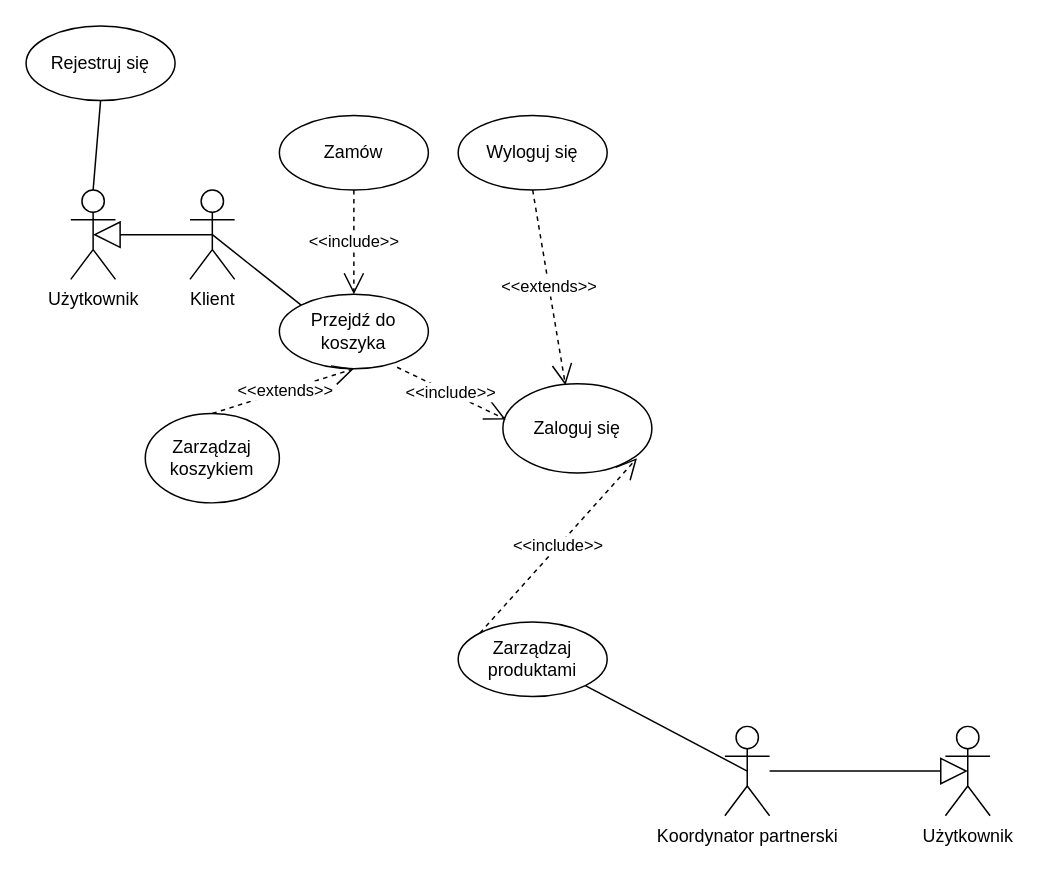
Above: 3/DPU_update.drawio in Tarik-Alaiwi-dev/PSI-Docs (draw.io), before the change. Source tidied: cells renumbered, new cells numbered last; positions are measured from the earlier drawing's top-left corner, leaving out a move shared by most shapes. Both pictures are drawn from the tidied source at 149%, with x=0, y=0 at pixel (25, 25).
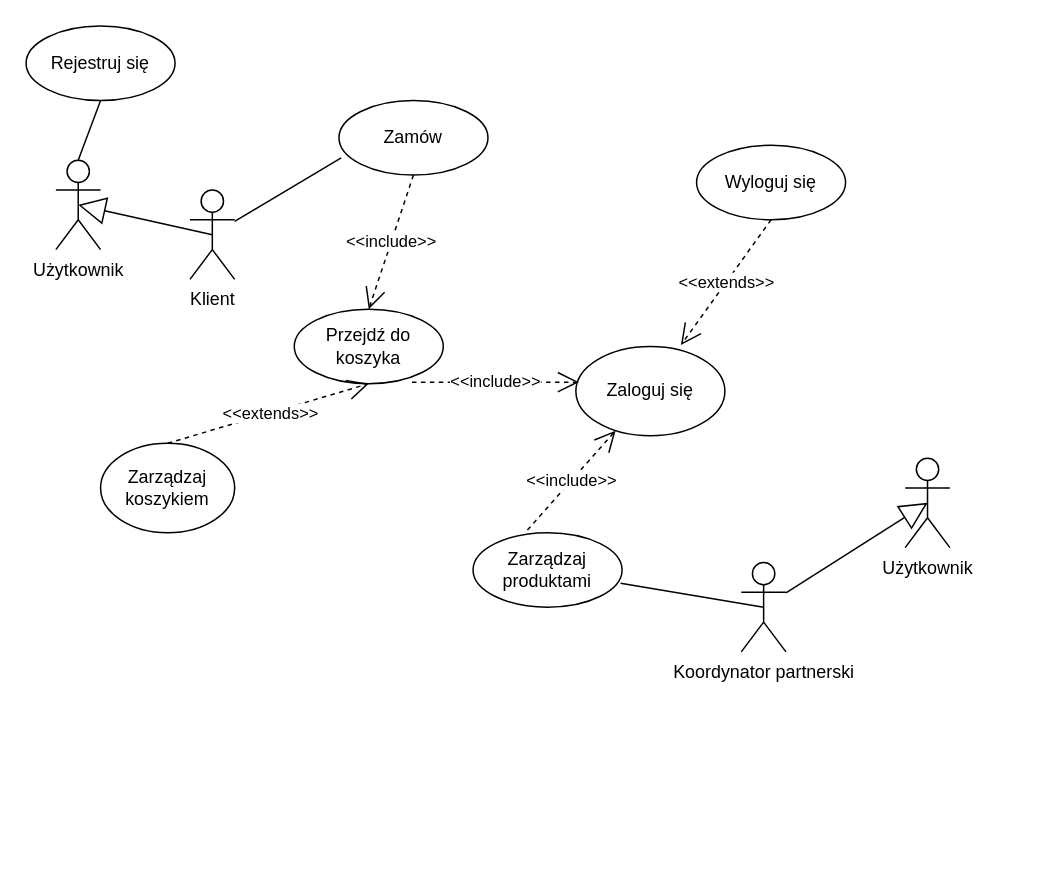
Above is the later version.

Unchanged cells that the change refers to:
```xml
<mxCell id="4" value="Klient" style="shape=umlActor;verticalLabelPosition=bottom;verticalAlign=top;html=1;" parent="1" vertex="1">
  <mxGeometry x="110" y="110" width="30" height="60" as="geometry" />
</mxCell>
```

Diff of the diagram source:
```diff
@@
     <mxCell id="2" value="Zaloguj się" style="ellipse;whiteSpace=wrap;html=1;" parent="1" vertex="1">
-      <mxGeometry x="320" y="240" width="100" height="60" as="geometry" />
+      <mxGeometry x="369" y="215" width="100" height="60" as="geometry" />
     </mxCell>
     <mxCell id="3" value="Koordynator partnerski&lt;div&gt;&lt;br&gt;&lt;/div&gt;" style="shape=umlActor;verticalLabelPosition=bottom;verticalAlign=top;html=1;outlineConnect=0;" parent="1" vertex="1">
-      <mxGeometry x="469" y="470" width="30" height="60" as="geometry" />
+      <mxGeometry x="480" y="360" width="30" height="60" as="geometry" />
     </mxCell>
@@
     <mxCell id="5" value="Zarządzaj koszykiem" style="ellipse;whiteSpace=wrap;html=1;" parent="1" vertex="1">
-      <mxGeometry x="80" y="260" width="90" height="60" as="geometry" />
+      <mxGeometry x="50" y="280" width="90" height="60" as="geometry" />
     </mxCell>
     <mxCell id="6" value="Użytkownik" style="shape=umlActor;verticalLabelPosition=bottom;verticalAlign=top;html=1;" parent="1" vertex="1">
-      <mxGeometry x="30" y="110" width="30" height="60" as="geometry" />
+      <mxGeometry x="20" y="90" width="30" height="60" as="geometry" />
     </mxCell>
@@
     <mxCell id="8" value="Zarządzaj produktami" style="ellipse;whiteSpace=wrap;html=1;" parent="1" vertex="1">
-      <mxGeometry x="290" y="400" width="100" height="50" as="geometry" />
+      <mxGeometry x="300" y="340" width="100" height="50" as="geometry" />
     </mxCell>
-    <mxCell id="9" style="endArrow=none;html=1;rounded=0;strokeColor=default;align=center;verticalAlign=middle;fontFamily=Helvetica;fontSize=11;fontColor=default;labelBackgroundColor=default;entryX=1;entryY=1;entryDx=0;entryDy=0;exitX=0.5;exitY=0.5;exitDx=0;exitDy=0;exitPerimeter=0;" parent="1" edge="1" source="3" target="8">
+    <mxCell id="9" style="endArrow=none;html=1;rounded=0;strokeColor=default;align=center;verticalAlign=middle;fontFamily=Helvetica;fontSize=11;fontColor=default;labelBackgroundColor=default;exitX=0.5;exitY=0.5;exitDx=0;exitDy=0;exitPerimeter=0;entryX=0.99;entryY=0.678;entryDx=0;entryDy=0;entryPerimeter=0;" parent="1" edge="1" source="3" target="8">
       <mxGeometry relative="1" as="geometry" />
     </mxCell>
-    <mxCell id="10" value="&amp;lt;&amp;lt;include&amp;gt;&amp;gt;" style="endArrow=open;endSize=12;dashed=1;html=1;rounded=0;exitX=0;exitY=0;exitDx=0;exitDy=0;" parent="1" edge="1" source="8">
-      <mxGeometry relative="1" as="geometry">
-        <mxPoint x="410" y="290" as="targetPoint" />
-      </mxGeometry>
+    <mxCell id="10" value="&amp;lt;&amp;lt;include&amp;gt;&amp;gt;" style="endArrow=open;endSize=12;dashed=1;html=1;rounded=0;exitX=0.365;exitY=-0.035;exitDx=0;exitDy=0;exitPerimeter=0;" parent="1" edge="1" source="8" target="2">
+      <mxGeometry relative="1" as="geometry" />
     </mxCell>
     <mxCell id="11" value="&lt;div&gt;Użytkownik&lt;/div&gt;" style="shape=umlActor;verticalLabelPosition=bottom;verticalAlign=top;html=1;outlineConnect=0;" parent="1" vertex="1">
-      <mxGeometry x="617" y="470" width="30" height="60" as="geometry" />
+      <mxGeometry x="590" y="290" width="30" height="60" as="geometry" />
     </mxCell>
@@
     <mxCell id="13" value="Przejdź do koszyka" style="ellipse;whiteSpace=wrap;html=1;" parent="1" vertex="1">
-      <mxGeometry x="170" y="180" width="100" height="50" as="geometry" />
+      <mxGeometry x="180" y="190" width="100" height="50" as="geometry" />
     </mxCell>
@@
-    <mxCell id="16" style="endArrow=none;html=1;rounded=0;exitX=0.5;exitY=0.5;exitDx=0;exitDy=0;exitPerimeter=0;entryX=0;entryY=0;entryDx=0;entryDy=0;" parent="1" edge="1" source="4" target="13">
-      <mxGeometry relative="1" as="geometry" />
-    </mxCell>
     <mxCell id="17" value="Wyloguj się" style="ellipse;whiteSpace=wrap;html=1;" parent="1" vertex="1">
-      <mxGeometry x="290" y="60" width="100" height="50" as="geometry" />
+      <mxGeometry x="450" y="80" width="100" height="50" as="geometry" />
     </mxCell>
-    <mxCell id="18" value="&amp;lt;&amp;lt;extends&amp;gt;&amp;gt;" style="endArrow=open;endSize=12;dashed=1;html=1;rounded=0;strokeColor=default;align=center;verticalAlign=middle;fontFamily=Helvetica;fontSize=11;fontColor=default;labelBackgroundColor=default;entryX=0.42;entryY=0.017;entryDx=0;entryDy=0;entryPerimeter=0;exitX=0.5;exitY=1;exitDx=0;exitDy=0;" parent="1" edge="1" source="17" target="2">
+    <mxCell id="18" value="&amp;lt;&amp;lt;extends&amp;gt;&amp;gt;" style="endArrow=open;endSize=12;dashed=1;html=1;rounded=0;strokeColor=default;align=center;verticalAlign=middle;fontFamily=Helvetica;fontSize=11;fontColor=default;labelBackgroundColor=default;entryX=0.705;entryY=-0.015;entryDx=0;entryDy=0;entryPerimeter=0;exitX=0.5;exitY=1;exitDx=0;exitDy=0;" parent="1" edge="1" source="17" target="2">
       <mxGeometry relative="1" as="geometry" />
     </mxCell>
@@
     <mxCell id="21" value="Zamów" style="ellipse;whiteSpace=wrap;html=1;" parent="1" vertex="1">
-      <mxGeometry x="170" y="60" width="100" height="50" as="geometry" />
+      <mxGeometry x="210" y="50" width="100" height="50" as="geometry" />
     </mxCell>
@@
+    <mxCell id="23" style="rounded=0;jettySize=auto;html=1;entryX=0.015;entryY=0.769;entryDx=0;entryDy=0;entryPerimeter=0;endArrow=none;endFill=0;" parent="1" edge="1" source="4" target="21">
+      <mxGeometry relative="1" as="geometry" />
+    </mxCell>
```
